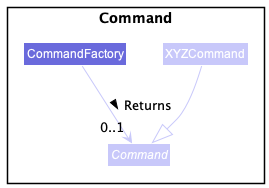
nus-cs2113-AY2122S2/tp keeps this PlantUML diagram as docs/images/CommandsClassDiagram.png. Above is the earlier version.
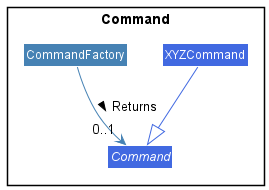
The same diagram one commit later.

Diff of the diagram source:
```diff
@@ -4,13 +4,13 @@
 !include style.puml
 
 Package Command as C {
-    class XYZCommand LOGIC_COLOR_T3
-    abstract class Command LOGIC_COLOR_T3
-    class CommandFactory LOGIC_COLOR_T2
+    class XYZCommand COMMAND_COLOR_T1
+    abstract class Command COMMAND_COLOR_T1
+    class CommandFactory COMMAND_COLOR
 
 }
 
-XYZCommand -[LOGIC_COLOR_T3]-|> Command
-CommandFactory -[LOGIC_COLOR_T3]->"0..1" Command : Returns >
+XYZCommand -[COMMAND_COLOR_T1]-|> Command
+CommandFactory -[COMMAND_COLOR]->"0..1" Command : Returns >
 
 @enduml
```
